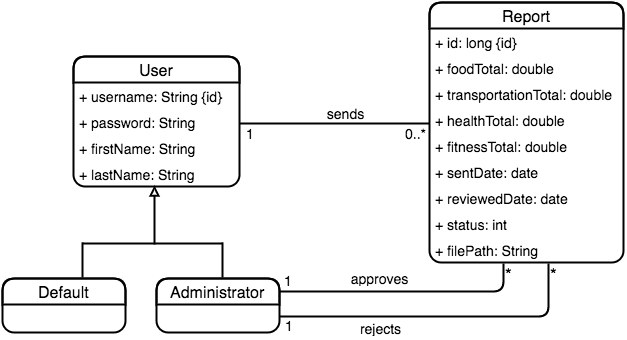
Earlier version of the draw.io export imagenes/class_diagram_server.png (susana1710/libro-pasantia). Source tidied: cells renumbered, new cells last; positions are measured from the earlier drawing's top-left corner, leaving out a move shared by most shapes.
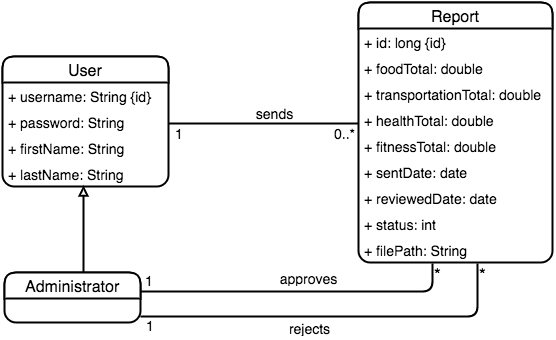
Above is the later version.

What changed in the source:
```diff
@@ -2,7 +2,7 @@
   <root>
     <mxCell id="0" />
     <mxCell id="1" parent="0" />
-    <mxCell id="2" value="User" style="swimlane;html=1;fontStyle=0;horizontal=1;startSize=26;fillColor=none;swimlaneFillColor=#ffffff;fontSize=16;rounded=1;shadow=0;comic=0;glass=0;strokeWidth=2;" parent="1" vertex="1">
+    <mxCell id="2" value="User" style="swimlane;html=1;fontStyle=0;horizontal=1;startSize=26;swimlaneFillColor=#ffffff;fontSize=16;rounded=1;shadow=0;comic=0;glass=0;strokeWidth=2;strokeColor=#000000;fillColor=#ffffff;" parent="1" vertex="1">
       <mxGeometry x="71" y="54" width="166" height="130" as="geometry" />
     </mxCell>
     <mxCell id="3" value="&lt;span&gt;&lt;font style=&quot;font-size: 14px&quot;&gt;+ username: String {id}&lt;/font&gt;&lt;/span&gt;" style="text;html=1;strokeColor=none;fillColor=none;align=left;verticalAlign=top;spacingLeft=4;spacingRight=4;whiteSpace=wrap;overflow=hidden;" parent="2" vertex="1">
@@ -17,7 +17,7 @@
     <mxCell id="6" value="&lt;font style=&quot;font-size: 14px&quot;&gt;+ lastName: String&lt;/font&gt;" style="text;html=1;strokeColor=none;fillColor=none;align=left;verticalAlign=top;spacingLeft=4;spacingRight=4;whiteSpace=wrap;overflow=hidden;points=[[0,0.5],[1,0.5]];portConstraint=eastwest;" parent="2" vertex="1">
       <mxGeometry y="104" width="166" height="26" as="geometry" />
     </mxCell>
-    <mxCell id="7" value="Report" style="swimlane;html=1;fontStyle=0;horizontal=1;startSize=26;fillColor=none;swimlaneFillColor=#ffffff;fontSize=16;rounded=1;shadow=0;strokeWidth=2;" parent="1" vertex="1">
+    <mxCell id="7" value="Report" style="swimlane;html=1;fontStyle=0;horizontal=1;startSize=26;swimlaneFillColor=#ffffff;fontSize=16;rounded=1;shadow=0;strokeWidth=2;strokeColor=#000000;fillColor=#ffffff;" parent="1" vertex="1">
       <mxGeometry x="427" width="194" height="260" as="geometry" />
     </mxCell>
     <mxCell id="8" value="&lt;font style=&quot;font-size: 14px&quot;&gt;+ id: long {id}&lt;/font&gt;&lt;br&gt;" style="text;html=1;strokeColor=none;fillColor=none;align=left;verticalAlign=top;spacingLeft=4;spacingRight=4;whiteSpace=wrap;overflow=hidden;" parent="7" vertex="1">
@@ -63,31 +63,13 @@
     </mxCell>
     <mxCell id="20" style="endArrow=block;html=1;entryX=0.486;entryY=0.962;endFill=0;strokeWidth=2;entryPerimeter=0;" parent="1" edge="1" target="6">
       <mxGeometry x="124" y="191" as="geometry">
-        <mxPoint x="152" y="242" as="sourcePoint" />
+        <mxPoint x="152" y="270" as="sourcePoint" />
       </mxGeometry>
     </mxCell>
-    <mxCell id="21" style="endArrow=none;html=1;endFill=0;strokeWidth=2;" parent="1" edge="1">
-      <mxGeometry x="39" y="241" as="geometry">
-        <mxPoint x="220" y="241" as="sourcePoint" />
-        <mxPoint x="80" y="241" as="targetPoint" />
-      </mxGeometry>
-    </mxCell>
-    <mxCell id="22" style="endArrow=none;html=1;endFill=0;strokeWidth=2;" parent="1" edge="1">
-      <mxGeometry x="39" y="224" as="geometry">
-        <mxPoint x="80" y="240" as="sourcePoint" />
-        <mxPoint x="80" y="275" as="targetPoint" />
-      </mxGeometry>
-    </mxCell>
-    <mxCell id="23" style="endArrow=none;html=1;endFill=0;strokeWidth=2;" parent="1" edge="1">
-      <mxGeometry x="72" y="224" as="geometry">
-        <mxPoint x="220" y="240" as="sourcePoint" />
-        <mxPoint x="220" y="275" as="targetPoint" />
-      </mxGeometry>
-    </mxCell>
     <mxCell id="24" style="endArrow=none;html=1;edgeStyle=orthogonalEdgeStyle;fontSize=16;strokeWidth=2;entryX=1;entryY=0.25;" parent="1" edge="1">
       <mxGeometry relative="1" as="geometry">
         <mxPoint x="501" y="261" as="sourcePoint" />
-        <mxPoint x="277" y="289" as="targetPoint" />
+        <mxPoint x="209" y="289" as="targetPoint" />
         <Array as="points">
           <mxPoint x="501" y="289" />
         </Array>
@@ -106,7 +88,7 @@
     <mxCell id="27" style="endArrow=none;html=1;edgeStyle=orthogonalEdgeStyle;fontSize=16;strokeWidth=2;exitX=0.684;exitY=1.154;exitPerimeter=0;entryX=1;entryY=0.75;" parent="1" edge="1">
       <mxGeometry x="251" y="287" as="geometry">
         <mxPoint x="546" y="261" as="sourcePoint" />
-        <mxPoint x="277" y="314" as="targetPoint" />
+        <mxPoint x="209" y="314" as="targetPoint" />
         <Array as="points">
           <mxPoint x="546" y="314" />
         </Array>
@@ -133,11 +115,8 @@
         <mxPoint y="21" as="offset" />
       </mxGeometry>
     </mxCell>
-    <mxCell id="33" value="Default" style="swimlane;html=1;fontStyle=0;horizontal=1;startSize=26;fillColor=none;swimlaneFillColor=#ffffff;fontSize=16;rounded=1;shadow=0;comic=0;glass=0;strokeWidth=2;" parent="1" vertex="1">
-      <mxGeometry y="276" width="123" height="54" as="geometry" />
+    <mxCell id="33" value="Administrator" style="swimlane;html=1;fontStyle=0;horizontal=1;startSize=26;swimlaneFillColor=#ffffff;fontSize=16;rounded=1;shadow=0;comic=0;glass=0;strokeWidth=2;strokeColor=#000000;fillColor=#ffffff;" parent="1" vertex="1">
+      <mxGeometry x="73" y="270" width="136" height="50" as="geometry" />
     </mxCell>
-    <mxCell id="34" value="Administrator" style="swimlane;html=1;fontStyle=0;horizontal=1;startSize=26;fillColor=none;swimlaneFillColor=#ffffff;fontSize=16;rounded=1;shadow=0;comic=0;glass=0;strokeWidth=2;" parent="1" vertex="1">
-      <mxGeometry x="154" y="276" width="123" height="54" as="geometry" />
-    </mxCell>
   </root>
 </mxGraphModel>
```
